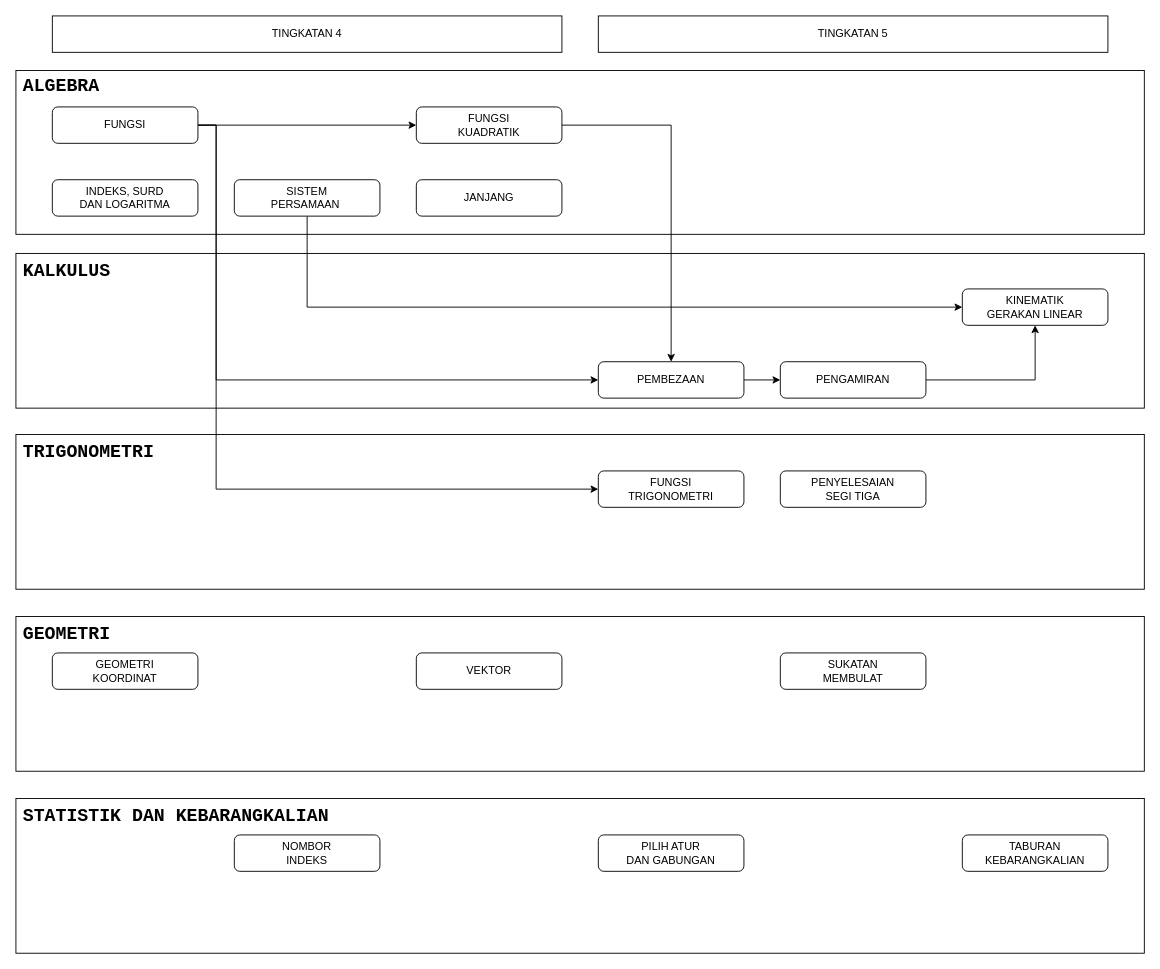
Before: untuk-penulis/peta-alir-topik.drawio in Thaza-Kun/math-tambahan, a draw.io diagram. Source tidied: cells renumbered, new cells numbered last; positions are measured from the earlier drawing's top-left corner, leaving out a move shared by most shapes. Both pictures are drawn from the tidied source at 91%, with x=0, y=0 at pixel (15, 15).
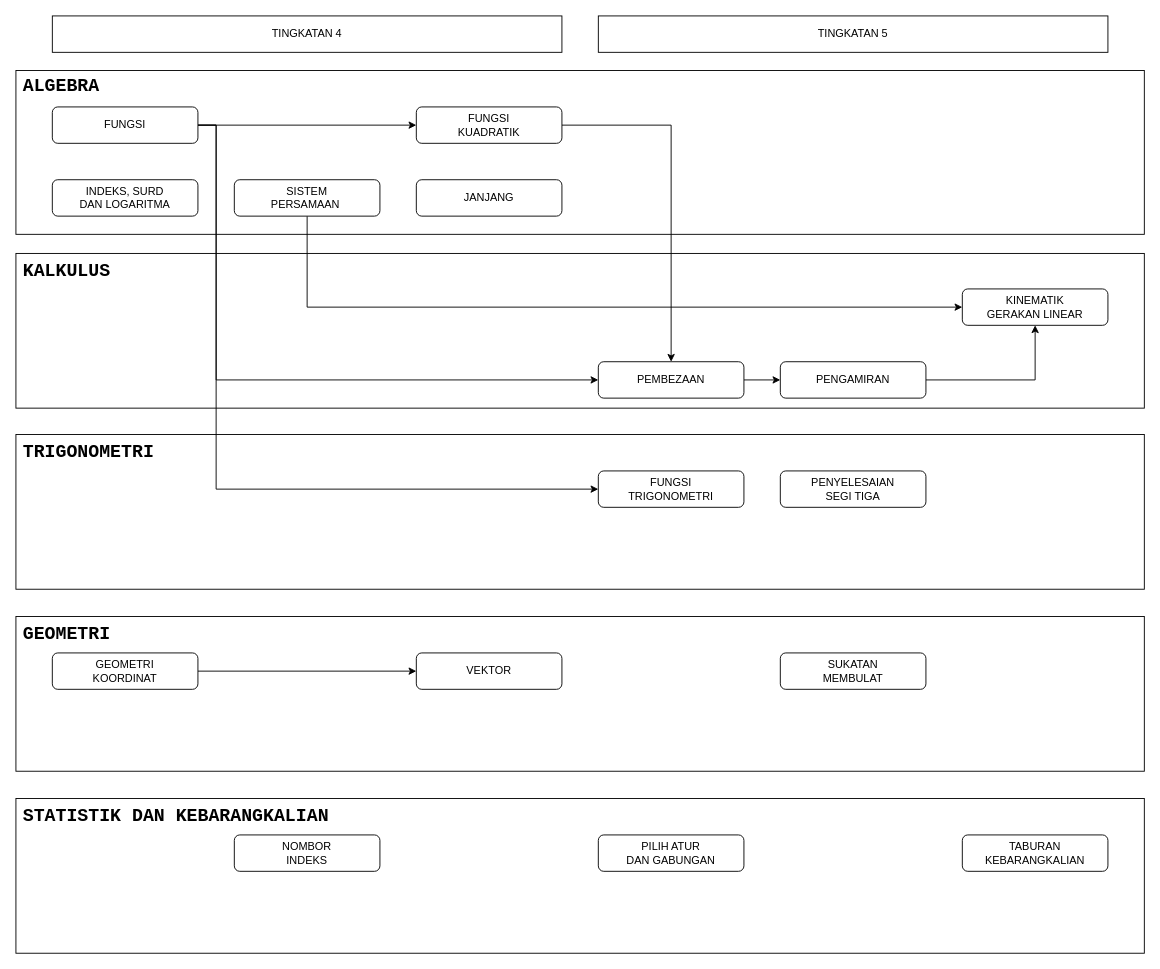
Above is the later version.

Unchanged cells that the change refers to:
```xml
<mxCell id="27" value="GEOMETRI &lt;br&gt;KOORDINAT" style="rounded=1;whiteSpace=wrap;html=1;" parent="1" vertex="1">
  <mxGeometry x="40" y="700" width="160" height="40" as="geometry" />
</mxCell>
<mxCell id="28" value="VEKTOR" style="rounded=1;whiteSpace=wrap;html=1;" parent="1" vertex="1">
  <mxGeometry x="440" y="700" width="160" height="40" as="geometry" />
</mxCell>
```

Diff of the diagram source:
```diff
@@
+    <mxCell id="37" style="edgeStyle=orthogonalEdgeStyle;rounded=0;jettySize=auto;html=1;" parent="1" edge="1" source="27" target="28">
+      <mxGeometry relative="1" as="geometry" />
+    </mxCell>
```
